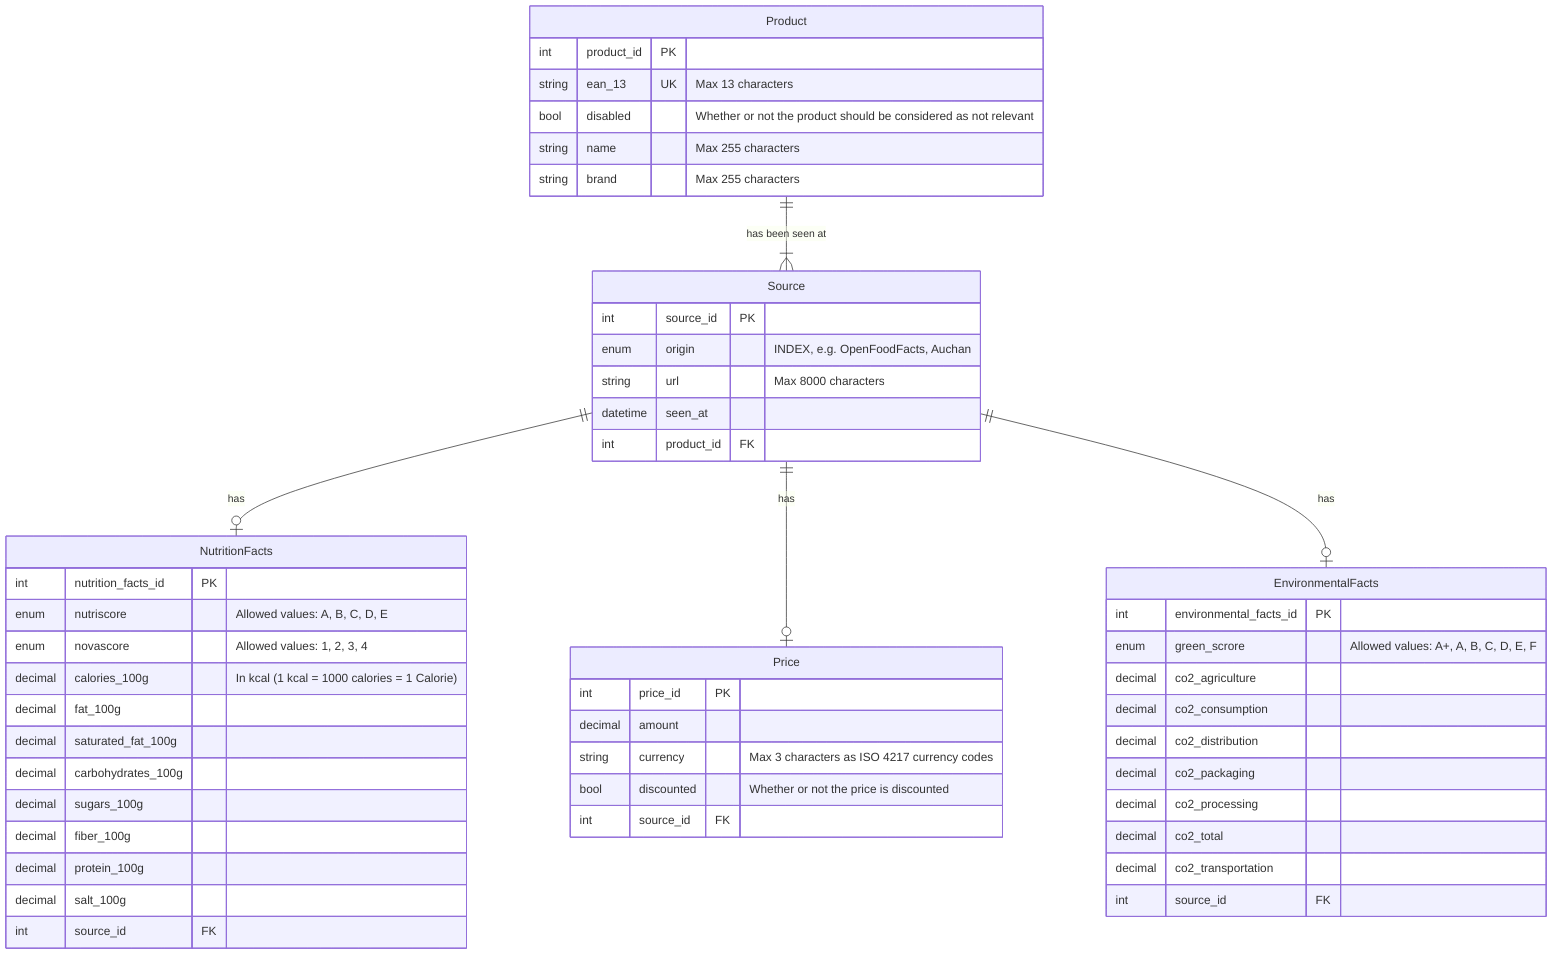
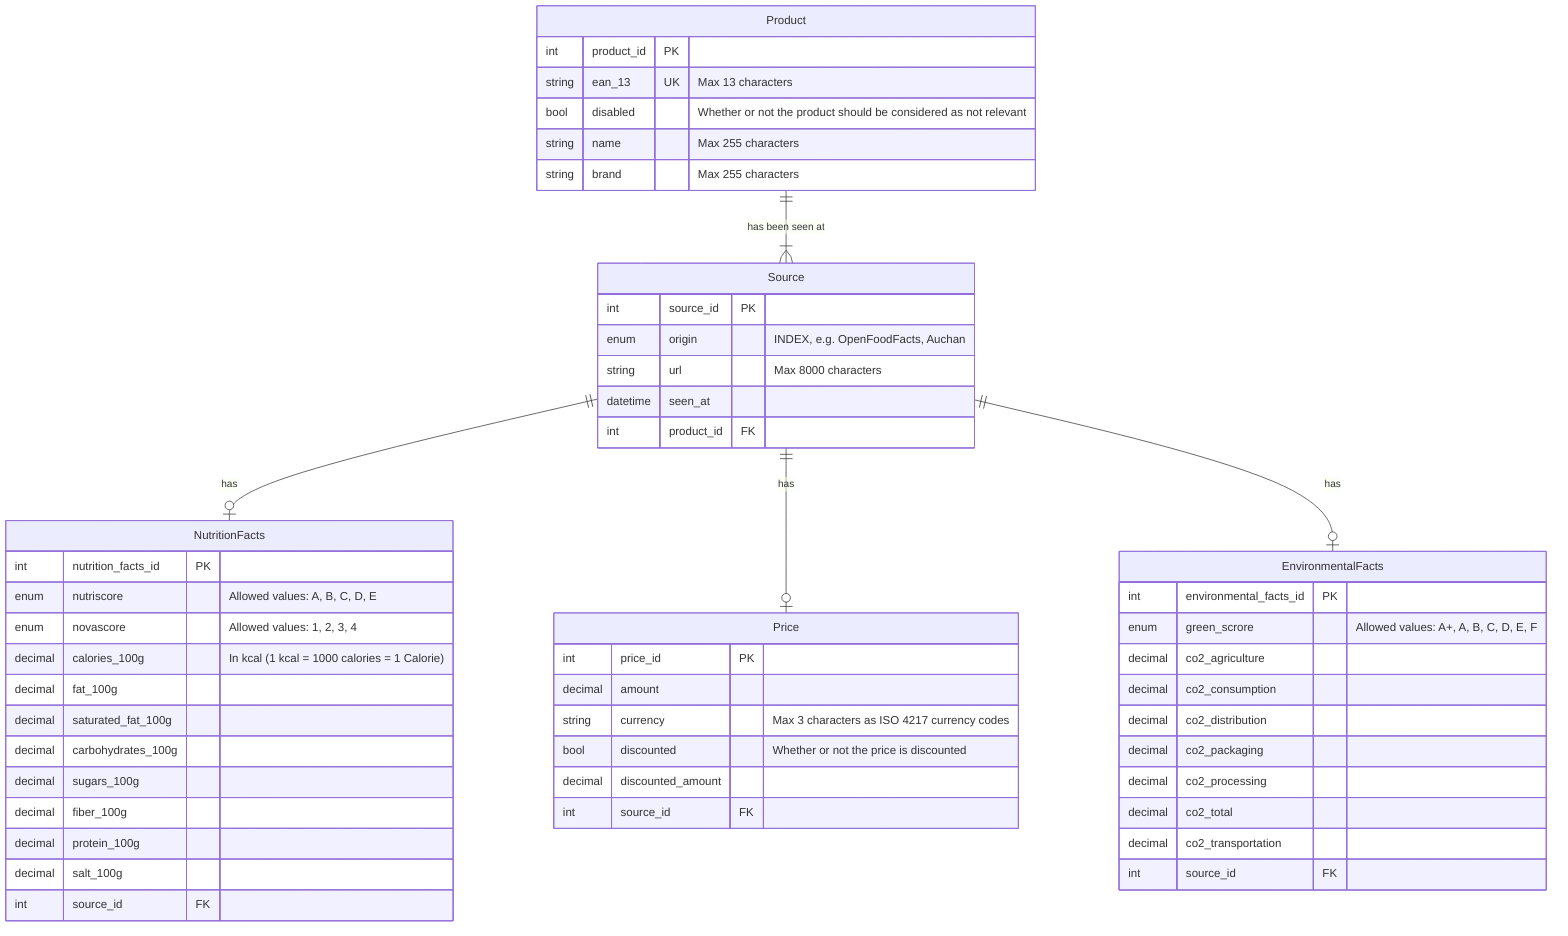
erDiagram
    Product {
        int product_id PK

        string ean_13 UK "Max 13 characters"
        bool disabled "Whether or not the product should be considered as not relevant"

        string name "Max 255 characters"
        string brand "Max 255 characters"
    }

    Source {
        int source_id PK

        enum origin "INDEX, e.g. OpenFoodFacts, Auchan"
        string url "Max 8000 characters"
        datetime seen_at

        int product_id FK
    }

    NutritionFacts {
        int nutrition_facts_id PK

        enum nutriscore "Allowed values: A, B, C, D, E"
        enum novascore "Allowed values: 1, 2, 3, 4"

        decimal calories_100g "In kcal (1 kcal = 1000 calories = 1 Calorie)"

        decimal fat_100g
        decimal saturated_fat_100g
        decimal carbohydrates_100g
        decimal sugars_100g
        decimal fiber_100g
        decimal protein_100g
        decimal salt_100g

        int source_id FK
    }

    Price {
        int price_id PK

        decimal amount
        string currency "Max 3 characters as ISO 4217 currency codes"
        bool discounted "Whether or not the price is discounted"
+         decimal discounted_amount

        int source_id FK
    }

    EnvironmentalFacts {
        int environmental_facts_id PK

        enum green_scrore "Allowed values: A+, A, B, C, D, E, F"

        decimal co2_agriculture
        decimal co2_consumption
        decimal co2_distribution
        decimal co2_packaging
        decimal co2_processing
        decimal co2_total
        decimal co2_transportation

        int source_id FK
    }

    Product 1--1+ Source : "has been seen at"

    Source 1--one or zero NutritionFacts : "has"
    Source 1--one or zero Price : "has"
    Source 1--one or zero EnvironmentalFacts : "has"
